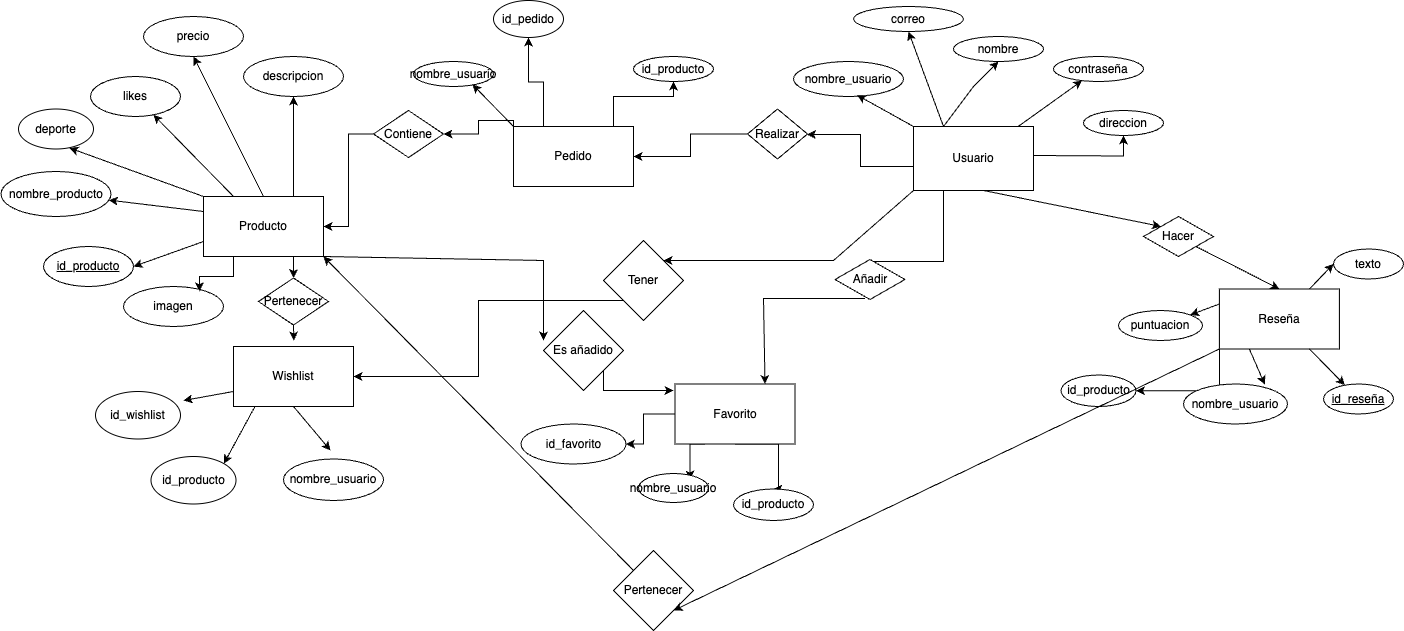
Before: Documentacion/entidadRelacion.png, a diagram exported from draw.io (PabloDB2/NosaSports). Source tidied: cells renumbered, new cells last; positions are measured from the earlier drawing's top-left corner, leaving out a move shared by most shapes.
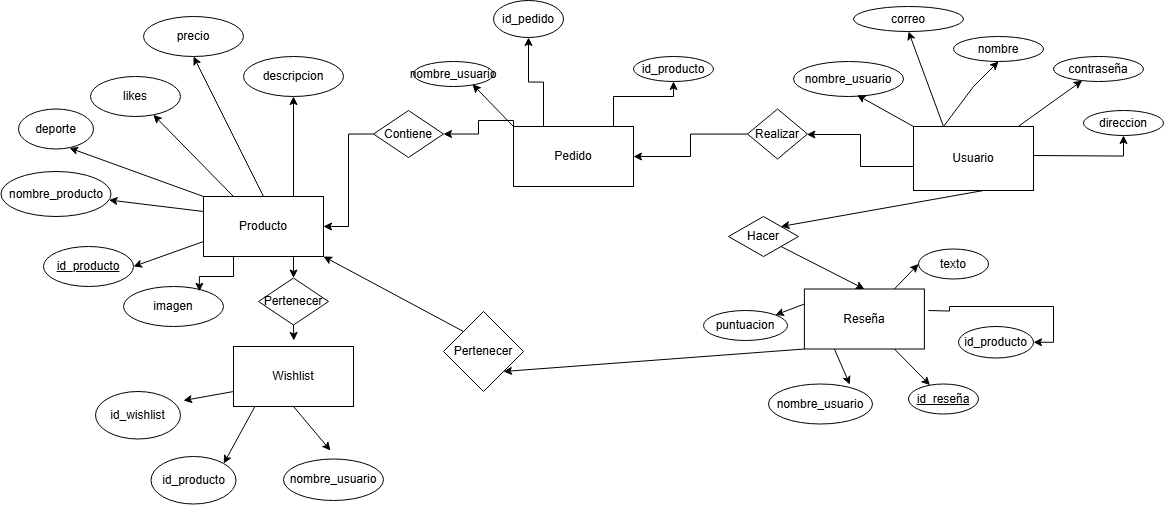
Above is the later version.

Commit message:
Cambiados los archivos de los diagramas de relacion

Diff of the diagram source:
```diff
@@ -21,13 +21,6 @@
         </Array>
       </mxGeometry>
     </mxCell>
-    <mxCell id="5" style="edgeStyle=orthogonalEdgeStyle;rounded=0;jettySize=auto;html=1;exitX=0.25;exitY=1;exitDx=0;exitDy=0;entryX=0.5;entryY=0;entryDx=0;entryDy=0;fillColor=#FFFFFF;" parent="1" edge="1" source="6" target="32">
-      <mxGeometry relative="1" as="geometry">
-        <Array as="points">
-          <mxPoint x="942" y="261" />
-        </Array>
-      </mxGeometry>
-    </mxCell>
     <mxCell id="6" value="Usuario" style="rounded=0;whiteSpace=wrap;html=1;fillColor=#FFFFFF;" parent="1" vertex="1">
       <mxGeometry x="912" y="126" width="120" height="64" as="geometry" />
     </mxCell>
@@ -84,53 +77,28 @@
     </mxCell>
     <mxCell id="24" style="edgeStyle=orthogonalEdgeStyle;rounded=0;orthogonalLoop=1;jettySize=auto;html=1;exitX=0.5;exitY=1;exitDx=0;exitDy=0;fillColor=#FFFFFF;" parent="1" edge="1">
       <mxGeometry relative="1" as="geometry">
-        <mxPoint x="1372.9" y="486" as="sourcePoint" />
-        <mxPoint x="1372.9" y="486" as="targetPoint" />
+        <mxPoint x="957.9" y="486" as="sourcePoint" />
+        <mxPoint x="957.9" y="486" as="targetPoint" />
       </mxGeometry>
     </mxCell>
     <mxCell id="25" style="edgeStyle=none;rounded=0;jettySize=auto;html=1;fillColor=#FFFFFF;" parent="1" edge="1" source="6" target="23">
       <mxGeometry relative="1" as="geometry" />
     </mxCell>
-    <mxCell id="26" style="edgeStyle=orthogonalEdgeStyle;rounded=0;jettySize=auto;html=1;exitX=0;exitY=1;exitDx=0;exitDy=0;entryX=1;entryY=0.5;entryDx=0;entryDy=0;fillColor=#FFFFFF;" parent="1" edge="1" source="27" target="80">
-      <mxGeometry relative="1" as="geometry" />
+    <mxCell id="26" style="edgeStyle=orthogonalEdgeStyle;rounded=0;jettySize=auto;html=1;entryX=1;entryY=0.5;entryDx=0;entryDy=0;fillColor=#FFFFFF;" parent="1" edge="1" target="80">
+      <mxGeometry relative="1" as="geometry">
+        <mxPoint x="927" y="310" as="sourcePoint" />
+      </mxGeometry>
     </mxCell>
     <mxCell id="27" value="Reseña" style="rounded=0;whiteSpace=wrap;html=1;fillColor=#FFFFFF;" parent="1" vertex="1">
-      <mxGeometry x="1217.9" y="288.5" width="120" height="60" as="geometry" />
+      <mxGeometry x="802.9" y="288.5" width="120" height="60" as="geometry" />
     </mxCell>
-    <mxCell id="28" style="edgeStyle=orthogonalEdgeStyle;rounded=0;jettySize=auto;html=1;exitX=0.5;exitY=1;exitDx=0;exitDy=0;entryX=0.5;entryY=0;entryDx=0;entryDy=0;fillColor=#FFFFFF;" parent="1" edge="1" source="31" target="49">
-      <mxGeometry relative="1" as="geometry">
-        <Array as="points">
-          <mxPoint x="777" y="443" />
-          <mxPoint x="777" y="489" />
-        </Array>
-      </mxGeometry>
-    </mxCell>
-    <mxCell id="29" style="edgeStyle=orthogonalEdgeStyle;rounded=0;jettySize=auto;html=1;exitX=0.25;exitY=1;exitDx=0;exitDy=0;fillColor=#FFFFFF;" parent="1" edge="1" source="31">
-      <mxGeometry relative="1" as="geometry">
-        <mxPoint x="688.5" y="479" as="targetPoint" />
-      </mxGeometry>
-    </mxCell>
-    <mxCell id="30" style="edgeStyle=orthogonalEdgeStyle;rounded=0;jettySize=auto;html=1;exitX=0;exitY=0.5;exitDx=0;exitDy=0;entryX=1;entryY=0.5;entryDx=0;entryDy=0;fillColor=#FFFFFF;" parent="1" edge="1" source="31" target="64">
-      <mxGeometry relative="1" as="geometry">
-        <Array as="points">
-          <mxPoint x="642" y="414" />
-          <mxPoint x="642" y="444" />
-        </Array>
-      </mxGeometry>
-    </mxCell>
-    <mxCell id="31" value="Favorito" style="rounded=0;whiteSpace=wrap;html=1;fillColor=#FFFFFF;" parent="1" vertex="1">
-      <mxGeometry x="673.5" y="383.5" width="120" height="60" as="geometry" />
-    </mxCell>
-    <mxCell id="32" value="Añadir" style="rhombus;whiteSpace=wrap;html=1;fillColor=#FFFFFF;" parent="1" vertex="1">
-      <mxGeometry x="833.5" y="259" width="70" height="40" as="geometry" />
-    </mxCell>
     <mxCell id="33" value="Hacer" style="rhombus;whiteSpace=wrap;html=1;fillColor=#FFFFFF;" parent="1" vertex="1">
-      <mxGeometry x="1142" y="216" width="70" height="40" as="geometry" />
+      <mxGeometry x="727" y="216" width="70" height="40" as="geometry" />
     </mxCell>
     <mxCell id="34" style="endArrow=classic;html=1;rounded=0;entryX=0.5;entryY=0;entryDx=0;entryDy=0;exitX=1;exitY=1;exitDx=0;exitDy=0;fillColor=#FFFFFF;" parent="1" edge="1" source="33" target="27">
       <mxGeometry relative="1" as="geometry" />
     </mxCell>
-    <mxCell id="35" style="endArrow=classic;html=1;rounded=0;entryX=0;entryY=0;entryDx=0;entryDy=0;fillColor=#FFFFFF;" parent="1" edge="1" target="33">
+    <mxCell id="35" style="endArrow=classic;html=1;rounded=0;entryX=1;entryY=0;entryDx=0;entryDy=0;fillColor=#FFFFFF;" parent="1" edge="1" target="33">
       <mxGeometry relative="1" as="geometry">
         <mxPoint x="982" y="190" as="sourcePoint" />
       </mxGeometry>
@@ -164,7 +132,7 @@
       <mxGeometry x="512" y="126" width="120" height="60" as="geometry" />
     </mxCell>
     <mxCell id="41" value="texto" style="ellipse;whiteSpace=wrap;html=1;fillColor=#FFFFFF;" parent="1" vertex="1">
-      <mxGeometry x="1332" y="248.5" width="70" height="30" as="geometry" />
+      <mxGeometry x="917" y="248.5" width="70" height="30" as="geometry" />
     </mxCell>
     <mxCell id="42" style="edgeStyle=orthogonalEdgeStyle;rounded=0;jettySize=auto;html=1;fillColor=#FFFFFF;" parent="1" edge="1" source="43" target="40">
       <mxGeometry relative="1" as="geometry" />
@@ -173,10 +141,10 @@
       <mxGeometry x="746" y="108.5" width="60" height="50" as="geometry" />
     </mxCell>
     <mxCell id="44" value="nombre_usuario" style="ellipse;whiteSpace=wrap;html=1;fillColor=#FFFFFF;" parent="1" vertex="1">
-      <mxGeometry x="1182" y="383.5" width="104" height="40" as="geometry" />
+      <mxGeometry x="767" y="383.5" width="104" height="40" as="geometry" />
     </mxCell>
     <mxCell id="45" value="puntuacion" style="ellipse;whiteSpace=wrap;html=1;fillColor=#FFFFFF;" parent="1" vertex="1">
-      <mxGeometry x="1117" y="310" width="84" height="30" as="geometry" />
+      <mxGeometry x="702" y="310" width="84" height="30" as="geometry" />
     </mxCell>
     <mxCell id="46" style="edgeStyle=orthogonalEdgeStyle;rounded=0;jettySize=auto;html=1;exitX=0;exitY=0.5;exitDx=0;exitDy=0;entryX=1;entryY=0.5;entryDx=0;entryDy=0;fillColor=#FFFFFF;" parent="1" edge="1" source="47" target="12">
       <mxGeometry relative="1" as="geometry" />
@@ -187,14 +155,8 @@
     <mxCell id="48" style="endArrow=classic;html=1;rounded=0;exitX=0;exitY=0.25;exitDx=0;exitDy=0;entryX=1;entryY=0;entryDx=0;entryDy=0;fillColor=#FFFFFF;" parent="1" edge="1" source="27" target="45">
       <mxGeometry relative="1" as="geometry" />
     </mxCell>
-    <mxCell id="49" value="id_producto" style="ellipse;whiteSpace=wrap;html=1;fillColor=#FFFFFF;" parent="1" vertex="1">
-      <mxGeometry x="732" y="488.5" width="80" height="31.5" as="geometry" />
-    </mxCell>
-    <mxCell id="50" value="nombre_usuario" style="ellipse;whiteSpace=wrap;html=1;fillColor=#FFFFFF;" parent="1" vertex="1">
-      <mxGeometry x="637" y="473" width="70" height="29" as="geometry" />
-    </mxCell>
     <mxCell id="51" value="&lt;u&gt;id_reseña&lt;/u&gt;" style="ellipse;whiteSpace=wrap;html=1;fillColor=#FFFFFF;" parent="1" vertex="1">
-      <mxGeometry x="1322" y="383.5" width="70" height="30" as="geometry" />
+      <mxGeometry x="907" y="383.5" width="70" height="30" as="geometry" />
     </mxCell>
     <mxCell id="52" value="id_pedido" style="ellipse;whiteSpace=wrap;html=1;fillColor=#FFFFFF;" parent="1" vertex="1">
       <mxGeometry x="492" width="70" height="37" as="geometry" />
@@ -202,13 +164,6 @@
     <mxCell id="53" value="direccion" style="ellipse;whiteSpace=wrap;html=1;fillColor=#FFFFFF;" parent="1" vertex="1">
       <mxGeometry x="1082" y="110" width="80" height="25" as="geometry" />
     </mxCell>
-    <mxCell id="54" style="endArrow=classic;html=1;rounded=0;exitX=0.429;exitY=0.975;exitDx=0;exitDy=0;exitPerimeter=0;entryX=0.75;entryY=0;entryDx=0;entryDy=0;fillColor=#FFFFFF;" parent="1" edge="1" source="32" target="31">
-      <mxGeometry relative="1" as="geometry">
-        <Array as="points">
-          <mxPoint x="762" y="298" />
-        </Array>
-      </mxGeometry>
-    </mxCell>
     <mxCell id="55" style="endArrow=classic;html=1;rounded=0;entryX=0;entryY=0.5;entryDx=0;entryDy=0;exitX=0.75;exitY=0;exitDx=0;exitDy=0;fillColor=#FFFFFF;" parent="1" edge="1" source="27" target="41">
       <mxGeometry relative="1" as="geometry" />
     </mxCell>
@@ -236,9 +191,6 @@
     <mxCell id="63" value="id_producto" style="ellipse;whiteSpace=wrap;html=1;fillColor=#FFFFFF;" parent="1" vertex="1">
       <mxGeometry x="149.5" y="456" width="85" height="47.5" as="geometry" />
     </mxCell>
-    <mxCell id="64" value="id_favorito" style="ellipse;whiteSpace=wrap;html=1;fillColor=#FFFFFF;" parent="1" vertex="1">
-      <mxGeometry x="519.5" y="423.5" width="105" height="40" as="geometry" />
-    </mxCell>
     <mxCell id="65" value="id_producto" style="ellipse;whiteSpace=wrap;html=1;fillColor=#FFFFFF;" parent="1" vertex="1">
       <mxGeometry x="632" y="56" width="80" height="25" as="geometry" />
     </mxCell>
@@ -269,46 +221,14 @@
     <mxCell id="72" value="Pertenecer" style="rhombus;whiteSpace=wrap;html=1;fillColor=#FFFFFF;" parent="1" vertex="1">
       <mxGeometry x="257" y="277.5" width="70" height="47" as="geometry" />
     </mxCell>
-    <mxCell id="73" style="edgeStyle=orthogonalEdgeStyle;rounded=0;jettySize=auto;html=1;exitX=0;exitY=1;exitDx=0;exitDy=0;entryX=1;entryY=0.5;entryDx=0;entryDy=0;fillColor=#FFFFFF;" parent="1" edge="1" source="74" target="58">
-      <mxGeometry relative="1" as="geometry" />
-    </mxCell>
-    <mxCell id="74" value="Tener" style="rhombus;whiteSpace=wrap;html=1;fillColor=#FFFFFF;" parent="1" vertex="1">
-      <mxGeometry x="602" y="240" width="80" height="80" as="geometry" />
-    </mxCell>
     <mxCell id="75" style="edgeStyle=orthogonalEdgeStyle;rounded=0;orthogonalLoop=1;jettySize=auto;html=1;exitX=0.5;exitY=1;exitDx=0;exitDy=0;fillColor=#FFFFFF;" parent="1" edge="1" source="51" target="51">
       <mxGeometry relative="1" as="geometry" />
     </mxCell>
-    <mxCell id="76" style="endArrow=classic;html=1;rounded=0;entryX=1;entryY=0;entryDx=0;entryDy=0;exitX=0;exitY=1;exitDx=0;exitDy=0;fillColor=#FFFFFF;" parent="1" edge="1" source="6" target="74">
-      <mxGeometry relative="1" as="geometry">
-        <Array as="points">
-          <mxPoint x="832" y="260" />
-        </Array>
-      </mxGeometry>
-    </mxCell>
-    <mxCell id="77" style="endArrow=classic;html=1;rounded=0;exitX=1;exitY=1;exitDx=0;exitDy=0;fillColor=#FFFFFF;" parent="1" edge="1" source="12">
-      <mxGeometry relative="1" as="geometry">
-        <mxPoint x="542" y="340" as="targetPoint" />
-        <Array as="points">
-          <mxPoint x="542" y="260" />
-        </Array>
-      </mxGeometry>
-    </mxCell>
-    <mxCell id="78" style="edgeStyle=orthogonalEdgeStyle;rounded=0;jettySize=auto;html=1;exitX=1;exitY=1;exitDx=0;exitDy=0;fillColor=#FFFFFF;" parent="1" edge="1" source="79">
-      <mxGeometry relative="1" as="geometry">
-        <mxPoint x="672" y="390" as="targetPoint" />
-        <Array as="points">
-          <mxPoint x="602" y="390" />
-        </Array>
-      </mxGeometry>
-    </mxCell>
-    <mxCell id="79" value="Es añadido" style="rhombus;whiteSpace=wrap;html=1;fillColor=#FFFFFF;" parent="1" vertex="1">
-      <mxGeometry x="542" y="310" width="80" height="80" as="geometry" />
-    </mxCell>
     <mxCell id="80" value="id_producto" style="ellipse;whiteSpace=wrap;html=1;fillColor=#FFFFFF;" parent="1" vertex="1">
-      <mxGeometry x="1059.5" y="374.5" width="75" height="31.5" as="geometry" />
+      <mxGeometry x="957" y="326" width="75" height="31.5" as="geometry" />
     </mxCell>
     <mxCell id="81" value="Pertenecer" style="rhombus;whiteSpace=wrap;html=1;fillColor=#FFFFFF;" parent="1" vertex="1">
-      <mxGeometry x="612" y="550" width="80" height="80" as="geometry" />
+      <mxGeometry x="442" y="311" width="80" height="80" as="geometry" />
     </mxCell>
     <mxCell id="82" style="endArrow=classic;html=1;rounded=0;entryX=1;entryY=1;entryDx=0;entryDy=0;exitX=0;exitY=1;exitDx=0;exitDy=0;fillColor=#FFFFFF;" parent="1" edge="1" source="27" target="81">
       <mxGeometry relative="1" as="geometry" />
```
